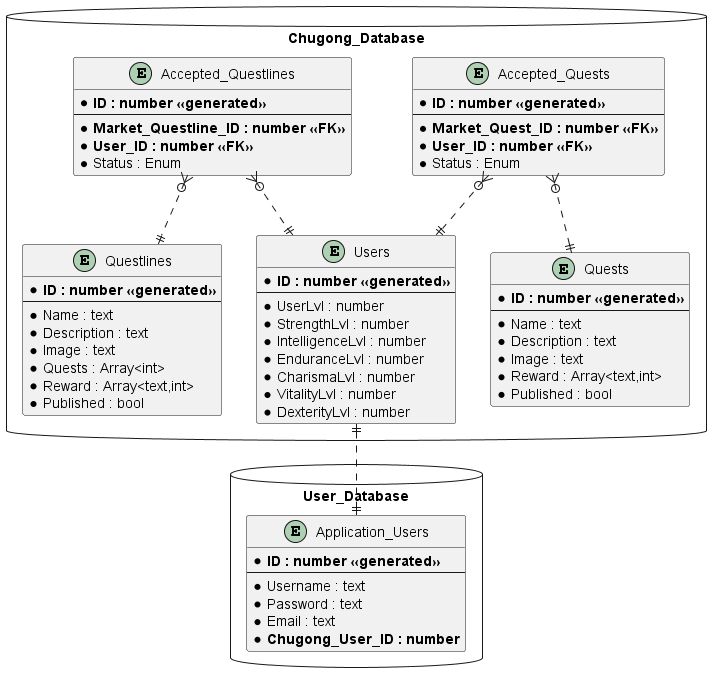
The PlantUML diagram docs/ERM.png in CodeAmaterasu/chugong-questing, before a commit.
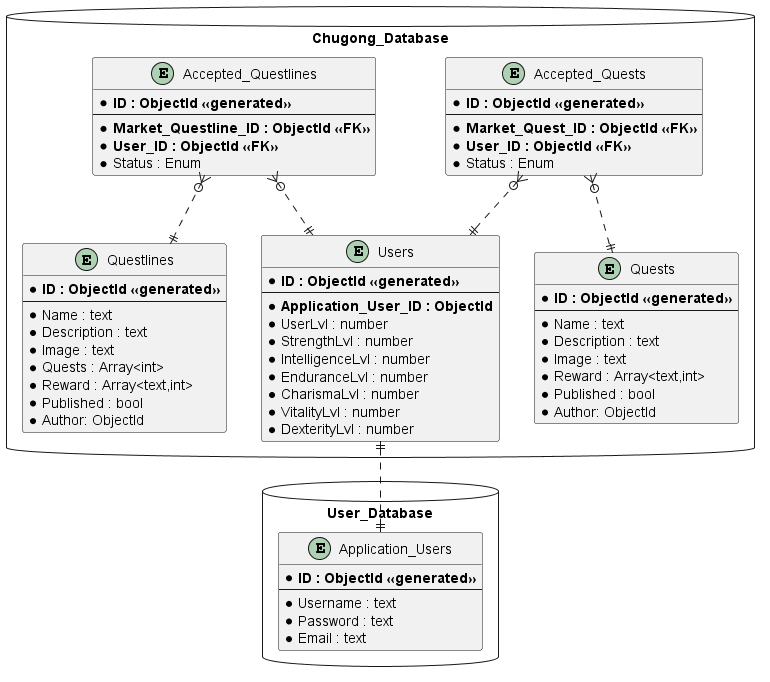
Later version of the same file.

Change to the diagram source:
```diff
@@ -2,19 +2,19 @@
 
 database User_Database {
   entity Application_Users {
-    * **ID : number <<generated>>**
+    * **ID : ObjectId <<generated>>**
     --
     * Username : text
     * Password : text
     * Email : text
-    * **Chugong_User_ID : number**
   }
 }
 
 database Chugong_Database {
   entity Users {
-    * **ID : number <<generated>>**
+    * **ID : ObjectId <<generated>>**
     --
+    * **Application_User_ID : ObjectId**
     * UserLvl : number
     * StrengthLvl : number
     * IntelligenceLvl : number
@@ -25,33 +25,34 @@
   }
 
   entity Accepted_Quests {
-    * **ID : number <<generated>>**
+    * **ID : ObjectId <<generated>>**
     --
-    * **Market_Quest_ID : number <<FK>>**
-    * **User_ID : number <<FK>>**
+    * **Market_Quest_ID : ObjectId <<FK>>**
+    * **User_ID : ObjectId <<FK>>**
     * Status : Enum
   }
 
   entity Accepted_Questlines {
-    * **ID : number <<generated>>**
+    * **ID : ObjectId <<generated>>**
     --
-    * **Market_Questline_ID : number <<FK>>**
-    * **User_ID : number <<FK>>**
+    * **Market_Questline_ID : ObjectId <<FK>>**
+    * **User_ID : ObjectId <<FK>>**
     * Status : Enum
   }
 
   entity Quests {
-    * **ID : number <<generated>>**
+    * **ID : ObjectId <<generated>>**
     --
     * Name : text
     * Description : text
     * Image : text
     * Reward : Array<text,int>
     * Published : bool
+    * Author: ObjectId
   }
 
   entity Questlines {
-    * **ID : number <<generated>>**
+    * **ID : ObjectId <<generated>>**
     --
     * Name : text
     * Description : text
@@ -59,6 +60,7 @@
     * Quests : Array<int>
     * Reward : Array<text,int>
     * Published : bool
+    * Author: ObjectId
   }
 }
 
```
